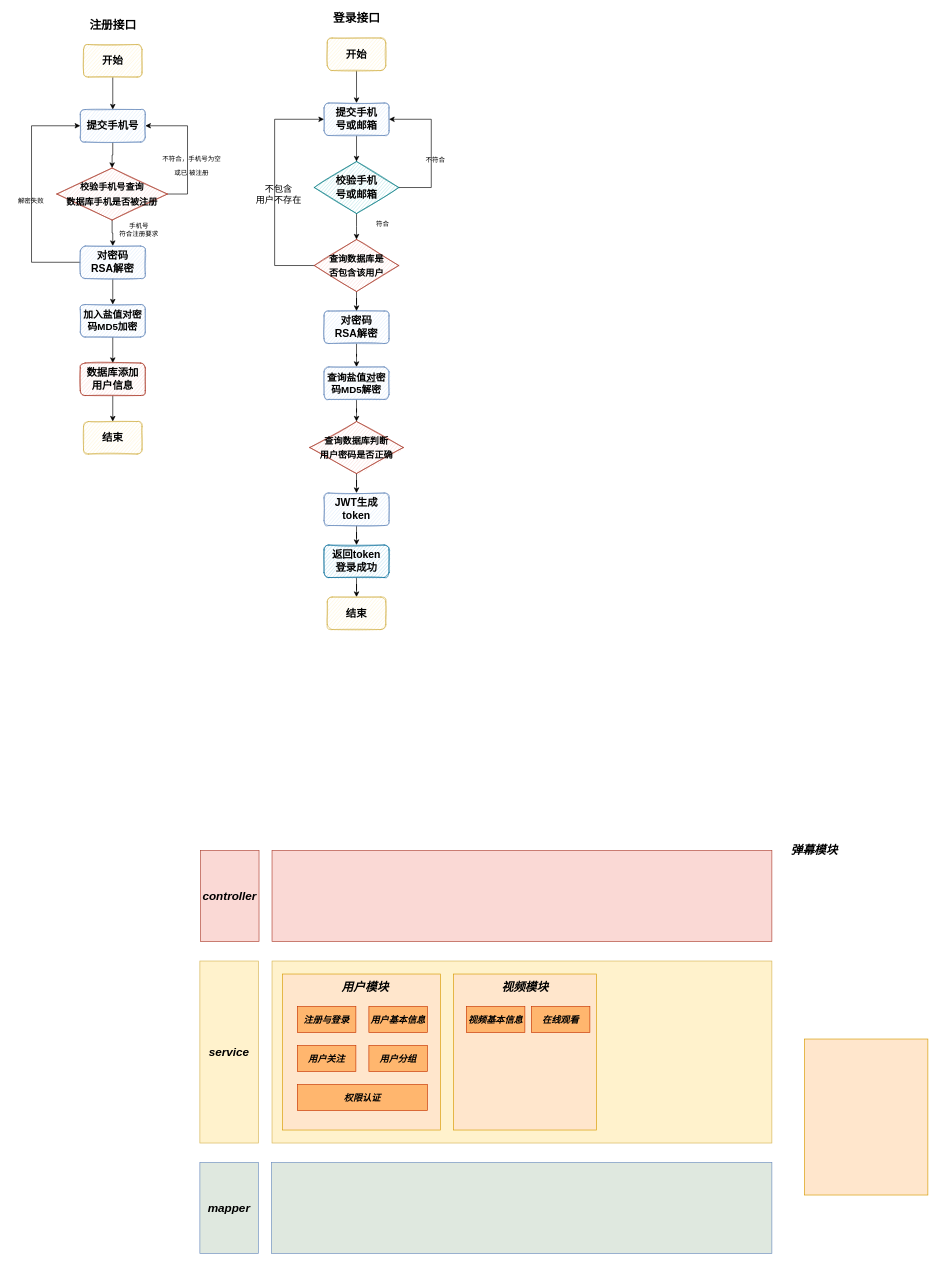
Earlier version of the draw.io diagram bilibili.drawio (Bukayoooo/Draws). Source tidied: cells renumbered, new cells numbered last; positions are measured from the earlier drawing's top-left corner, leaving out a move shared by most shapes. Both pictures are drawn from the tidied source at 65%, with x=0, y=0 at pixel (11, 12).
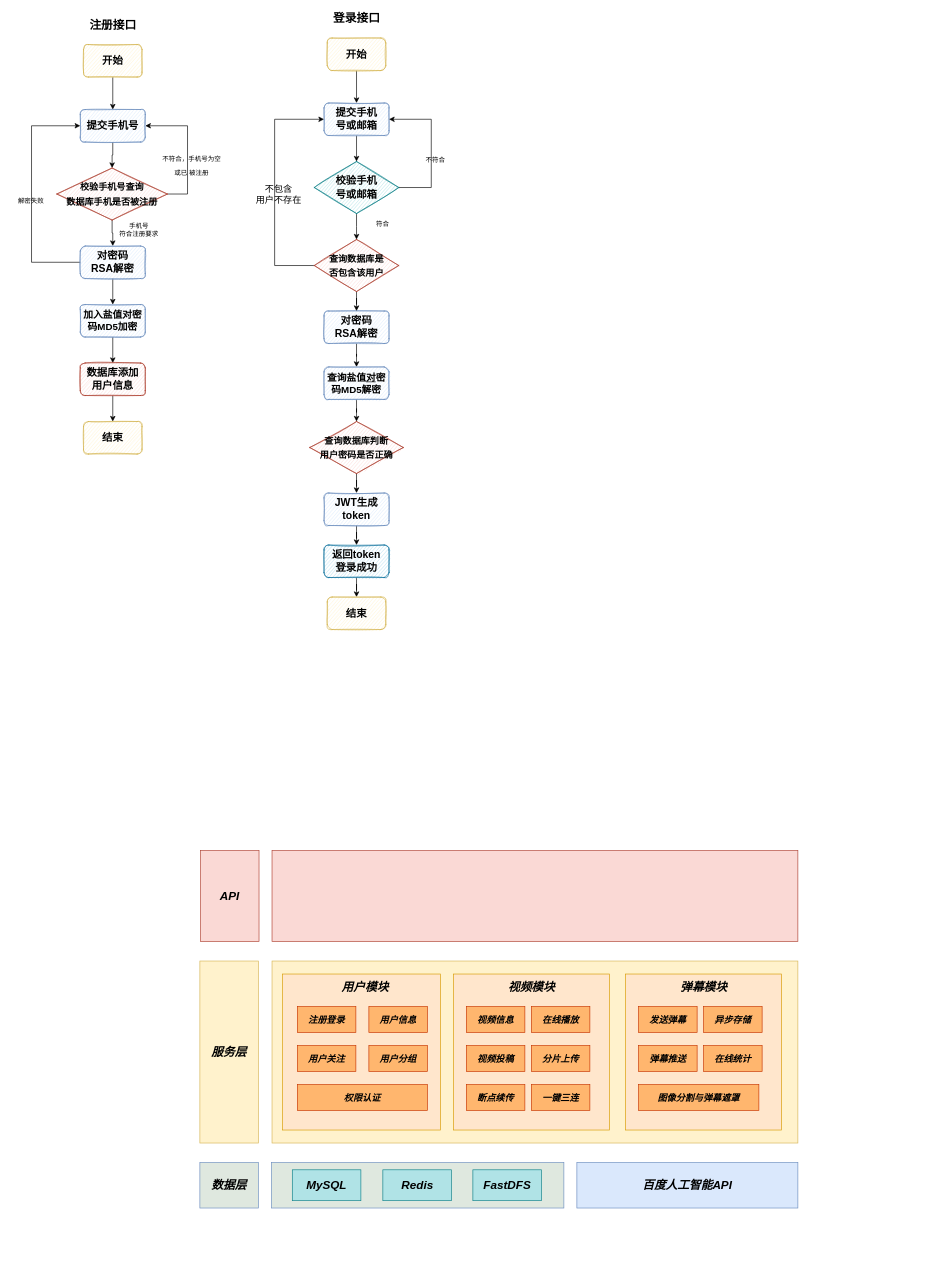
After the change.

Diff of the diagram source:
```diff
@@
     <mxCell id="46" style="rounded=0;whiteSpace=wrap;html=1;fillColor=#DFE8DF;strokeColor=#6c8ebf;sketch=0;glass=0;shadow=0;" parent="1" vertex="1">
-      <mxGeometry x="400" y="1770" width="770" height="140" as="geometry" />
+      <mxGeometry x="400" y="1770" width="450" height="70" as="geometry" />
     </mxCell>
-    <mxCell id="47" value="&lt;b&gt;&lt;font style=&quot;font-size: 18px;&quot;&gt;&lt;i&gt;mapper&lt;/i&gt;&lt;/font&gt;&lt;/b&gt;" style="rounded=0;whiteSpace=wrap;html=1;fillColor=#DFE8DF;strokeColor=#6c8ebf;sketch=0;" parent="1" vertex="1">
-      <mxGeometry x="290" y="1770" width="90" height="140" as="geometry" />
+    <mxCell id="47" value="&lt;span style=&quot;font-size: 18px;&quot;&gt;&lt;b&gt;&lt;i&gt;数据层&lt;/i&gt;&lt;/b&gt;&lt;/span&gt;" style="rounded=0;whiteSpace=wrap;html=1;fillColor=#DFE8DF;strokeColor=#6c8ebf;sketch=0;" parent="1" vertex="1">
+      <mxGeometry x="290" y="1770" width="90" height="70" as="geometry" />
     </mxCell>
     <mxCell id="48" style="rounded=0;whiteSpace=wrap;html=1;fillColor=#fff2cc;strokeColor=#d6b656;sketch=0;" parent="1" vertex="1">
-      <mxGeometry x="401" y="1460" width="769" height="280" as="geometry" />
+      <mxGeometry x="401" y="1460" width="809" height="280" as="geometry" />
     </mxCell>
-    <mxCell id="49" value="&lt;b&gt;&lt;font style=&quot;font-size: 18px;&quot;&gt;&lt;i&gt;service&lt;/i&gt;&lt;/font&gt;&lt;/b&gt;" style="rounded=0;whiteSpace=wrap;html=1;fillColor=#fff2cc;strokeColor=#d6b656;sketch=0;" parent="1" vertex="1">
+    <mxCell id="49" value="&lt;b&gt;&lt;font style=&quot;font-size: 18px;&quot;&gt;&lt;i&gt;服务层&lt;/i&gt;&lt;/font&gt;&lt;/b&gt;" style="rounded=0;whiteSpace=wrap;html=1;fillColor=#fff2cc;strokeColor=#d6b656;sketch=0;" parent="1" vertex="1">
       <mxGeometry x="290" y="1460" width="90" height="280" as="geometry" />
     </mxCell>
     <mxCell id="50" style="rounded=0;whiteSpace=wrap;html=1;fillColor=#fad9d5;strokeColor=#ae4132;sketch=0;glass=0;shadow=0;" parent="1" vertex="1">
-      <mxGeometry x="401" y="1290" width="769" height="140" as="geometry" />
+      <mxGeometry x="401" y="1290" width="809" height="140" as="geometry" />
     </mxCell>
-    <mxCell id="51" value="&lt;b&gt;&lt;font style=&quot;font-size: 18px;&quot;&gt;&lt;i&gt;controller&lt;/i&gt;&lt;/font&gt;&lt;/b&gt;" style="rounded=0;whiteSpace=wrap;html=1;fillColor=#fad9d5;strokeColor=#ae4132;sketch=0;" parent="1" vertex="1">
+    <mxCell id="51" value="&lt;b&gt;&lt;font style=&quot;font-size: 18px;&quot;&gt;&lt;i&gt;API&lt;/i&gt;&lt;/font&gt;&lt;/b&gt;" style="rounded=0;whiteSpace=wrap;html=1;fillColor=#fad9d5;strokeColor=#ae4132;sketch=0;" parent="1" vertex="1">
       <mxGeometry x="291" y="1290" width="90" height="140" as="geometry" />
     </mxCell>
@@
-    <mxCell id="54" style="rounded=0;whiteSpace=wrap;html=1;shadow=0;glass=0;sketch=0;fontSize=18;strokeColor=#d79b00;fillColor=#ffe6cc;" parent="1" vertex="1">
-      <mxGeometry x="1220" y="1580" width="190" height="240" as="geometry" />
-    </mxCell>
     <mxCell id="55" style="rounded=0;whiteSpace=wrap;html=1;shadow=0;glass=0;sketch=0;fontSize=18;strokeColor=#d79b00;fillColor=#ffe6cc;" parent="1" vertex="1">
-      <mxGeometry x="680" y="1480" width="220" height="240" as="geometry" />
+      <mxGeometry x="680" y="1480" width="240" height="240" as="geometry" />
     </mxCell>
-    <mxCell id="56" value="&lt;b&gt;&lt;i&gt;弹幕模块&lt;/i&gt;&lt;/b&gt;" style="text;html=1;align=center;verticalAlign=middle;strokeColor=none;fillColor=none;fontSize=18;" parent="1" vertex="1">
-      <mxGeometry x="1185" y="1270" width="100" height="40" as="geometry" />
-    </mxCell>
-    <mxCell id="57" value="&lt;span style=&quot;font-size: 14px;&quot;&gt;&lt;b&gt;&lt;i&gt;用户基本信息&lt;/i&gt;&lt;/b&gt;&lt;/span&gt;" style="rounded=0;whiteSpace=wrap;html=1;shadow=0;glass=0;sketch=0;fontSize=18;strokeColor=#C73500;fillColor=#FFB66E;fontColor=#000000;" parent="1" vertex="1">
+    <mxCell id="57" value="&lt;span style=&quot;font-size: 14px;&quot;&gt;&lt;b&gt;&lt;i&gt;用户信息&lt;/i&gt;&lt;/b&gt;&lt;/span&gt;" style="rounded=0;whiteSpace=wrap;html=1;shadow=0;glass=0;sketch=0;fontSize=18;strokeColor=#C73500;fillColor=#FFB66E;fontColor=#000000;" parent="1" vertex="1">
       <mxGeometry x="550" y="1530" width="90" height="40" as="geometry" />
     </mxCell>
-    <mxCell id="58" value="&lt;b&gt;&lt;i&gt;&lt;font style=&quot;font-size: 14px;&quot;&gt;注册与登录&lt;/font&gt;&lt;/i&gt;&lt;/b&gt;" style="rounded=0;whiteSpace=wrap;html=1;shadow=0;glass=0;sketch=0;fontSize=18;strokeColor=#C73500;fillColor=#FFB66E;fontColor=#000000;" parent="1" vertex="1">
+    <mxCell id="58" value="&lt;b&gt;&lt;i&gt;&lt;font style=&quot;font-size: 14px;&quot;&gt;注册登录&lt;/font&gt;&lt;/i&gt;&lt;/b&gt;" style="rounded=0;whiteSpace=wrap;html=1;shadow=0;glass=0;sketch=0;fontSize=18;strokeColor=#C73500;fillColor=#FFB66E;fontColor=#000000;" parent="1" vertex="1">
       <mxGeometry x="440" y="1530" width="90" height="40" as="geometry" />
     </mxCell>
@@
     <mxCell id="62" value="&lt;b&gt;&lt;i&gt;视频模块&lt;/i&gt;&lt;/b&gt;" style="text;html=1;align=center;verticalAlign=middle;strokeColor=none;fillColor=none;fontSize=18;shadow=0;" parent="1" vertex="1">
-      <mxGeometry x="740" y="1480" width="100" height="40" as="geometry" />
+      <mxGeometry x="750" y="1480" width="100" height="40" as="geometry" />
     </mxCell>
-    <mxCell id="63" value="&lt;b&gt;&lt;i&gt;&lt;font style=&quot;font-size: 14px;&quot;&gt;视频基本信息&lt;/font&gt;&lt;/i&gt;&lt;/b&gt;" style="rounded=0;whiteSpace=wrap;html=1;shadow=0;glass=0;sketch=0;fontSize=18;strokeColor=#C73500;fillColor=#FFB66E;fontColor=#000000;" parent="1" vertex="1">
+    <mxCell id="63" value="&lt;b&gt;&lt;i&gt;&lt;font style=&quot;font-size: 14px;&quot;&gt;视频信息&lt;/font&gt;&lt;/i&gt;&lt;/b&gt;" style="rounded=0;whiteSpace=wrap;html=1;shadow=0;glass=0;sketch=0;fontSize=18;strokeColor=#C73500;fillColor=#FFB66E;fontColor=#000000;" parent="1" vertex="1">
       <mxGeometry x="700" y="1530" width="90" height="40" as="geometry" />
     </mxCell>
-    <mxCell id="64" value="&lt;b&gt;&lt;i&gt;&lt;font style=&quot;font-size: 14px;&quot;&gt;在线观看&lt;/font&gt;&lt;/i&gt;&lt;/b&gt;" style="rounded=0;whiteSpace=wrap;html=1;shadow=0;glass=0;sketch=0;fontSize=18;strokeColor=#C73500;fillColor=#FFB66E;fontColor=#000000;" parent="1" vertex="1">
+    <mxCell id="64" value="&lt;b&gt;&lt;i&gt;&lt;font style=&quot;font-size: 14px;&quot;&gt;在线播放&lt;/font&gt;&lt;/i&gt;&lt;/b&gt;" style="rounded=0;whiteSpace=wrap;html=1;shadow=0;glass=0;sketch=0;fontSize=18;strokeColor=#C73500;fillColor=#FFB66E;fontColor=#000000;" parent="1" vertex="1">
       <mxGeometry x="800" y="1530" width="90" height="40" as="geometry" />
     </mxCell>
+    <mxCell id="65" value="&lt;span style=&quot;font-size: 14px;&quot;&gt;&lt;b&gt;&lt;i&gt;视频投稿&lt;/i&gt;&lt;/b&gt;&lt;/span&gt;" style="rounded=0;whiteSpace=wrap;html=1;shadow=0;glass=0;sketch=0;fontSize=18;strokeColor=#C73500;fillColor=#FFB66E;fontColor=#000000;" parent="1" vertex="1">
+      <mxGeometry x="700" y="1590" width="90" height="40" as="geometry" />
+    </mxCell>
+    <mxCell id="66" value="&lt;span style=&quot;font-size: 14px;&quot;&gt;&lt;b&gt;&lt;i&gt;分片上传&lt;/i&gt;&lt;/b&gt;&lt;/span&gt;" style="rounded=0;whiteSpace=wrap;html=1;shadow=0;glass=0;sketch=0;fontSize=18;strokeColor=#C73500;fillColor=#FFB66E;fontColor=#000000;" parent="1" vertex="1">
+      <mxGeometry x="800" y="1590" width="90" height="40" as="geometry" />
+    </mxCell>
+    <mxCell id="67" value="&lt;span style=&quot;font-size: 14px;&quot;&gt;&lt;b&gt;&lt;i&gt;断点续传&lt;/i&gt;&lt;/b&gt;&lt;/span&gt;" style="rounded=0;whiteSpace=wrap;html=1;shadow=0;glass=0;sketch=0;fontSize=18;strokeColor=#C73500;fillColor=#FFB66E;fontColor=#000000;" parent="1" vertex="1">
+      <mxGeometry x="700" y="1650" width="90" height="40" as="geometry" />
+    </mxCell>
+    <mxCell id="68" value="&lt;span style=&quot;font-size: 14px;&quot;&gt;&lt;b&gt;&lt;i&gt;一键三连&lt;/i&gt;&lt;/b&gt;&lt;/span&gt;" style="rounded=0;whiteSpace=wrap;html=1;shadow=0;glass=0;sketch=0;fontSize=18;strokeColor=#C73500;fillColor=#FFB66E;fontColor=#000000;" parent="1" vertex="1">
+      <mxGeometry x="800" y="1650" width="90" height="40" as="geometry" />
+    </mxCell>
+    <mxCell id="69" style="rounded=0;whiteSpace=wrap;html=1;shadow=0;glass=0;sketch=0;fontSize=18;strokeColor=#d79b00;fillColor=#ffe6cc;" parent="1" vertex="1">
+      <mxGeometry x="945" y="1480" width="240" height="240" as="geometry" />
+    </mxCell>
+    <mxCell id="56" value="&lt;b&gt;&lt;i&gt;弹幕模块&lt;/i&gt;&lt;/b&gt;" style="text;html=1;align=center;verticalAlign=middle;strokeColor=none;fillColor=none;fontSize=18;shadow=0;" parent="1" vertex="1">
+      <mxGeometry x="1015" y="1480" width="100" height="40" as="geometry" />
+    </mxCell>
+    <mxCell id="70" value="&lt;b&gt;&lt;i&gt;&lt;font style=&quot;font-size: 14px;&quot;&gt;发送弹幕&lt;/font&gt;&lt;/i&gt;&lt;/b&gt;" style="rounded=0;whiteSpace=wrap;html=1;shadow=0;glass=0;sketch=0;fontSize=18;strokeColor=#C73500;fillColor=#FFB66E;fontColor=#000000;" parent="1" vertex="1">
+      <mxGeometry x="965" y="1530" width="90" height="40" as="geometry" />
+    </mxCell>
+    <mxCell id="71" value="&lt;b&gt;&lt;i&gt;&lt;font style=&quot;font-size: 14px;&quot;&gt;异步存储&lt;/font&gt;&lt;/i&gt;&lt;/b&gt;" style="rounded=0;whiteSpace=wrap;html=1;shadow=0;glass=0;sketch=0;fontSize=18;strokeColor=#C73500;fillColor=#FFB66E;fontColor=#000000;" parent="1" vertex="1">
+      <mxGeometry x="1065" y="1530" width="90" height="40" as="geometry" />
+    </mxCell>
+    <mxCell id="72" value="&lt;span style=&quot;font-size: 14px;&quot;&gt;&lt;b&gt;&lt;i&gt;弹幕推送&lt;/i&gt;&lt;/b&gt;&lt;/span&gt;" style="rounded=0;whiteSpace=wrap;html=1;shadow=0;glass=0;sketch=0;fontSize=18;strokeColor=#C73500;fillColor=#FFB66E;fontColor=#000000;" parent="1" vertex="1">
+      <mxGeometry x="965" y="1590" width="90" height="40" as="geometry" />
+    </mxCell>
+    <mxCell id="73" value="&lt;span style=&quot;font-size: 14px;&quot;&gt;&lt;b&gt;&lt;i&gt;在线统计&lt;/i&gt;&lt;/b&gt;&lt;/span&gt;" style="rounded=0;whiteSpace=wrap;html=1;shadow=0;glass=0;sketch=0;fontSize=18;strokeColor=#C73500;fillColor=#FFB66E;fontColor=#000000;" parent="1" vertex="1">
+      <mxGeometry x="1065" y="1590" width="90" height="40" as="geometry" />
+    </mxCell>
+    <mxCell id="74" value="&lt;span style=&quot;font-size: 14px;&quot;&gt;&lt;b&gt;&lt;i&gt;图像分割与弹幕遮罩&lt;/i&gt;&lt;/b&gt;&lt;/span&gt;" style="rounded=0;whiteSpace=wrap;html=1;shadow=0;glass=0;sketch=0;fontSize=18;strokeColor=#C73500;fillColor=#FFB66E;fontColor=#000000;" parent="1" vertex="1">
+      <mxGeometry x="965" y="1650" width="185" height="40" as="geometry" />
+    </mxCell>
+    <mxCell id="75" value="&lt;b&gt;&lt;i&gt;FastDFS&lt;/i&gt;&lt;/b&gt;" style="rounded=0;whiteSpace=wrap;html=1;shadow=0;glass=0;sketch=0;fontSize=18;strokeColor=#0e8088;fillColor=#b0e3e6;" parent="1" vertex="1">
+      <mxGeometry x="710" y="1781.2" width="105.5" height="47.5" as="geometry" />
+    </mxCell>
+    <mxCell id="76" value="&lt;b&gt;&lt;i&gt;MySQL&lt;/i&gt;&lt;/b&gt;" style="rounded=0;whiteSpace=wrap;html=1;shadow=0;glass=0;sketch=0;fontSize=18;strokeColor=#0e8088;fillColor=#b0e3e6;" parent="1" vertex="1">
+      <mxGeometry x="432.2" y="1781.2" width="105.5" height="47.5" as="geometry" />
+    </mxCell>
+    <mxCell id="77" value="&lt;b&gt;&lt;i&gt;Redis&lt;/i&gt;&lt;/b&gt;" style="rounded=0;whiteSpace=wrap;html=1;shadow=0;glass=0;sketch=0;fontSize=18;strokeColor=#0e8088;fillColor=#b0e3e6;" parent="1" vertex="1">
+      <mxGeometry x="571.5" y="1781.2" width="105.5" height="47.5" as="geometry" />
+    </mxCell>
+    <mxCell id="78" value="&lt;font style=&quot;font-size: 18px;&quot;&gt;&lt;b&gt;&lt;i&gt;百度人工智能API&lt;/i&gt;&lt;/b&gt;&lt;/font&gt;" style="rounded=0;whiteSpace=wrap;html=1;fillColor=#dae8fc;strokeColor=#6c8ebf;sketch=0;glass=0;shadow=0;" parent="1" vertex="1">
+      <mxGeometry x="870" y="1770" width="340" height="70" as="geometry" />
+    </mxCell>
```
